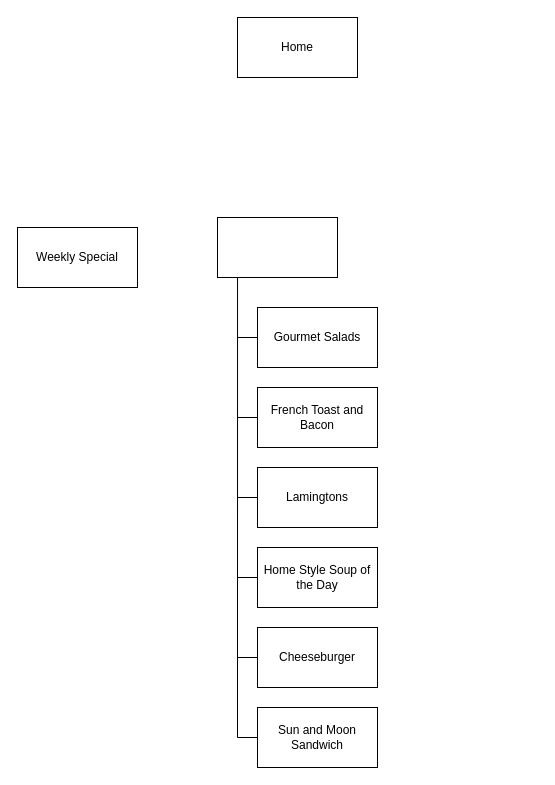
This is Website.drawio from aidenlignieres/CP1406_Basic_Web_Assignment, a draw.io file, before an edit. Source tidied: cells renumbered, new cells numbered last; positions are measured from the earlier drawing's top-left corner, leaving out a move shared by most shapes. Both pictures are drawn from the tidied source at 100%, with x=0, y=0 at pixel (17, 17).
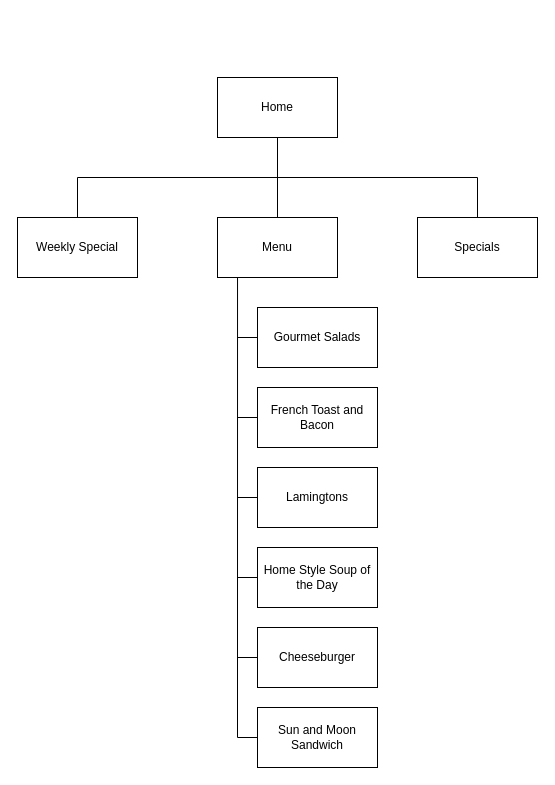
Above is the later version.

Commit message (it also covers changes not shown here):
site low chart

Diff of the diagram source:
```diff
@@
     <mxCell id="2" value="Home" style="rounded=0;whiteSpace=wrap;html=1;" parent="1" vertex="1">
-      <mxGeometry x="220" width="120" height="60" as="geometry" />
+      <mxGeometry x="200" y="60" width="120" height="60" as="geometry" />
     </mxCell>
     <mxCell id="3" value="Weekly Special" style="rounded=0;whiteSpace=wrap;html=1;" parent="1" vertex="1">
-      <mxGeometry y="210" width="120" height="60" as="geometry" />
+      <mxGeometry y="200" width="120" height="60" as="geometry" />
     </mxCell>
-    <mxCell id="4" style="rounded=0;whiteSpace=wrap;html=1;" parent="1" vertex="1">
+    <mxCell id="4" value="Menu" style="rounded=0;whiteSpace=wrap;html=1;" parent="1" vertex="1">
       <mxGeometry x="200" y="200" width="120" height="60" as="geometry" />
     </mxCell>
@@
+    <mxCell id="18" value="Specials" style="rounded=0;whiteSpace=wrap;html=1;" parent="1" vertex="1">
+      <mxGeometry x="400" y="200" width="120" height="60" as="geometry" />
+    </mxCell>
+    <mxCell id="19" style="endArrow=none;html=1;entryX=0.5;entryY=1;entryDx=0;entryDy=0;exitX=0.5;exitY=0;exitDx=0;exitDy=0;" parent="1" edge="1" source="4" target="2">
+      <mxGeometry relative="1" as="geometry" />
+    </mxCell>
+    <mxCell id="20" style="endArrow=none;html=1;" parent="1" edge="1">
+      <mxGeometry relative="1" as="geometry">
+        <mxPoint x="460" y="160" as="sourcePoint" />
+        <mxPoint x="260" y="160" as="targetPoint" />
+      </mxGeometry>
+    </mxCell>
+    <mxCell id="21" style="endArrow=none;html=1;exitX=0.5;exitY=0;exitDx=0;exitDy=0;" parent="1" edge="1" source="18">
+      <mxGeometry relative="1" as="geometry">
+        <mxPoint x="460" y="160" as="targetPoint" />
+      </mxGeometry>
+    </mxCell>
+    <mxCell id="22" style="endArrow=none;html=1;entryX=0.5;entryY=0;entryDx=0;entryDy=0;" parent="1" edge="1" target="3">
+      <mxGeometry relative="1" as="geometry">
+        <mxPoint x="60" y="160" as="sourcePoint" />
+      </mxGeometry>
+    </mxCell>
+    <mxCell id="23" style="endArrow=none;html=1;" parent="1" edge="1">
+      <mxGeometry relative="1" as="geometry">
+        <mxPoint x="260" y="160" as="sourcePoint" />
+        <mxPoint x="60" y="160" as="targetPoint" />
+      </mxGeometry>
+    </mxCell>
```
